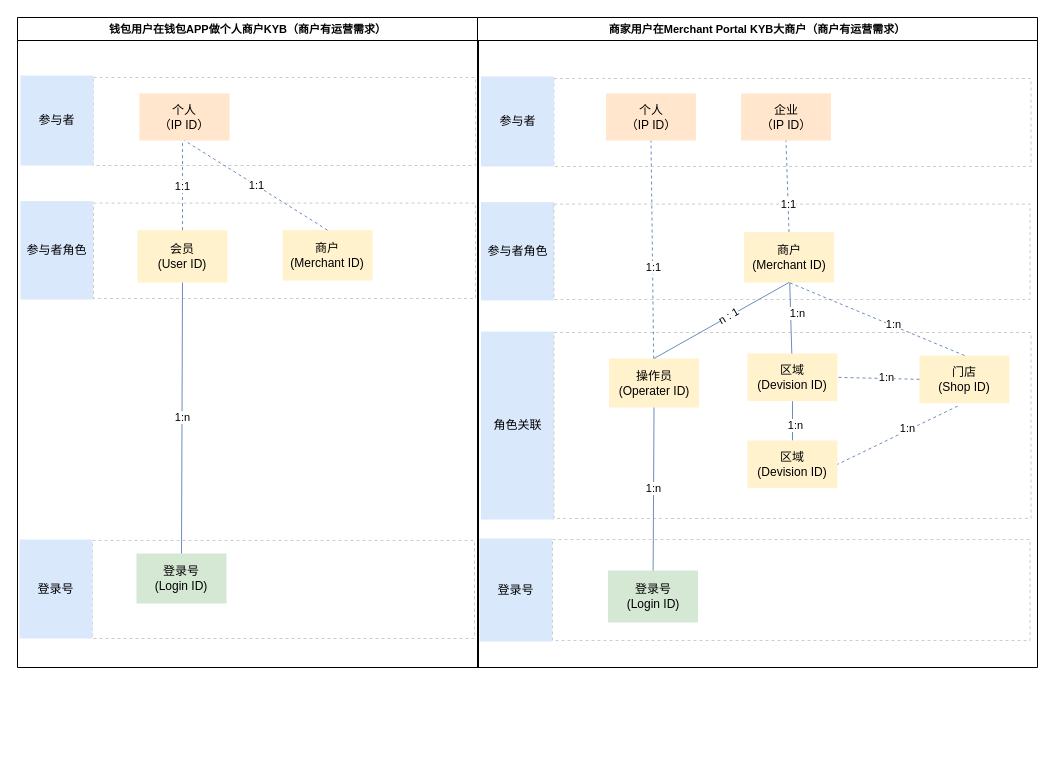
This is page "模型关系" (3 of 5) of Merchant portal.drawio from renqiuming/drawio, a draw.io file, before an edit. Source tidied: cells renumbered, new cells numbered last; positions are measured from the earlier drawing's top-left corner, leaving out a move shared by most shapes. Both pictures are drawn from the tidied source at 100%, with x=0, y=0 at pixel (17, 17).
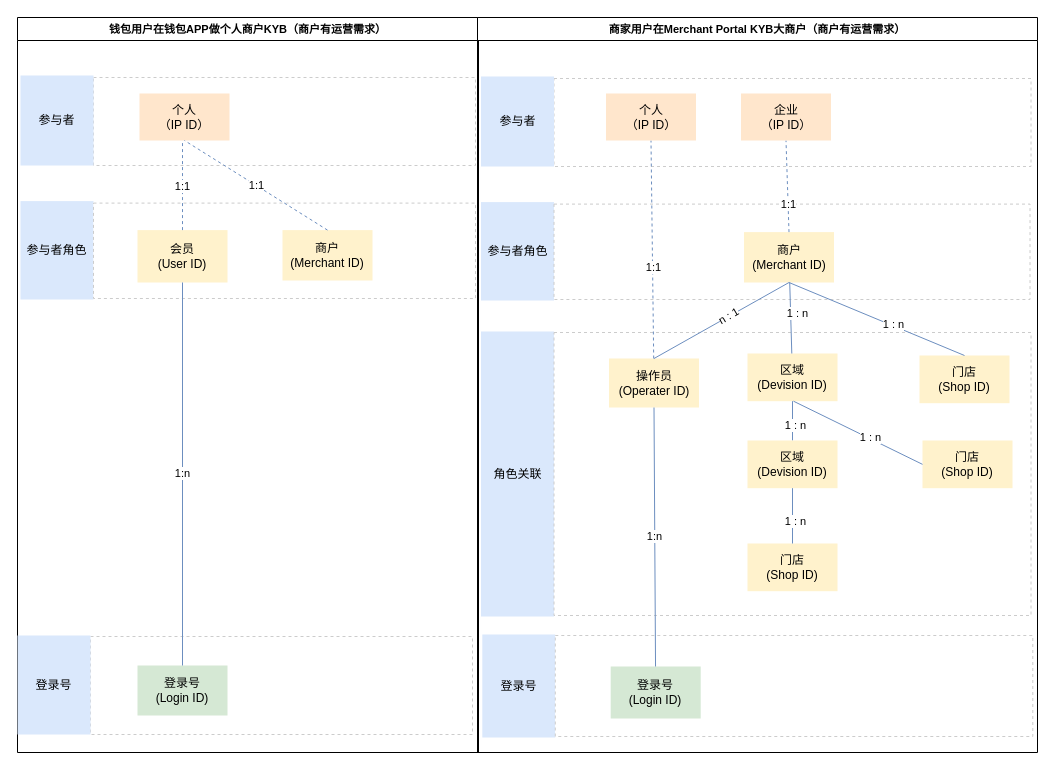
Above is the later version.

The change refers to these unchanged cells:
```xml
<mxCell id="20" value="商户&lt;br&gt;(Merchant ID)" style="rounded=0;whiteSpace=wrap;html=1;fillColor=#fff2cc;strokeColor=none;" parent="15" vertex="1">
  <mxGeometry x="266.5" y="214.6" width="90" height="50.4" as="geometry" />
</mxCell>
<mxCell id="25" value="区域&lt;br&gt;(Devision ID)" style="rounded=0;whiteSpace=wrap;html=1;fillColor=#fff2cc;strokeColor=none;" parent="15" vertex="1">
  <mxGeometry x="270" y="336" width="90" height="47.7" as="geometry" />
</mxCell>
<mxCell id="26" style="endArrow=none;html=1;fillColor=#dae8fc;strokeColor=#6c8ebf;rounded=0;" parent="15" edge="1" source="25" target="20">
  <mxGeometry relative="1" as="geometry" />
</mxCell>
<mxCell id="28" style="endArrow=none;html=1;exitX=0.5;exitY=0;exitDx=0;exitDy=0;entryX=0.5;entryY=1;entryDx=0;entryDy=0;fillColor=#dae8fc;strokeColor=#6c8ebf;rounded=0;" parent="15" edge="1" source="41" target="25">
  <mxGeometry relative="1" as="geometry" />
</mxCell>
<mxCell id="41" value="区域&lt;br&gt;(Devision ID)" style="rounded=0;whiteSpace=wrap;html=1;fillColor=#fff2cc;strokeColor=none;" parent="15" vertex="1">
  <mxGeometry x="270" y="423" width="90" height="47.7" as="geometry" />
</mxCell>
<mxCell id="42" value="门店&lt;br&gt;(Shop ID)" style="rounded=0;whiteSpace=wrap;html=1;fillColor=#fff2cc;strokeColor=none;" parent="15" vertex="1">
  <mxGeometry x="442" y="338" width="90" height="47.7" as="geometry" />
</mxCell>
```

What changed in the source:
```diff
@@
     <mxCell id="11" value="钱包用户在钱包APP做个人商户KYB（商户有运营需求）" style="swimlane;labelBackgroundColor=none;strokeColor=default;fontSize=11;fillColor=default;gradientColor=none;" parent="1" vertex="1">
-      <mxGeometry width="461" height="650" as="geometry" />
+      <mxGeometry width="461" height="735" as="geometry" />
     </mxCell>
     <mxCell id="12" style="rounded=0;whiteSpace=wrap;html=1;dashed=1;strokeColor=#CCCCCC;" parent="11" vertex="1">
-      <mxGeometry x="75" y="523" width="382" height="98" as="geometry" />
+      <mxGeometry x="73" y="619" width="382" height="98" as="geometry" />
     </mxCell>
     <mxCell id="13" value="登录号" style="rounded=0;whiteSpace=wrap;html=1;fillColor=#dae8fc;strokeColor=none;" parent="11" vertex="1">
-      <mxGeometry x="2" y="522" width="73" height="99" as="geometry" />
+      <mxGeometry y="618" width="73" height="99" as="geometry" />
     </mxCell>
     <mxCell id="14" value="登录号&lt;br&gt;(Login ID)" style="rounded=0;whiteSpace=wrap;html=1;fillColor=#d5e8d4;strokeColor=none;" parent="11" vertex="1">
-      <mxGeometry x="119" y="536" width="90" height="50" as="geometry" />
+      <mxGeometry x="120" y="648" width="90" height="50" as="geometry" />
     </mxCell>
     <mxCell id="15" value="商家用户在Merchant Portal KYB大商户（商户有运营需求）" style="swimlane;labelBackgroundColor=none;strokeColor=default;fontSize=11;fillColor=default;gradientColor=none;" parent="1" vertex="1">
-      <mxGeometry x="460" width="560" height="650" as="geometry" />
+      <mxGeometry x="460" width="560" height="735" as="geometry" />
     </mxCell>
@@
     <mxCell id="23" value="角色关联" style="rounded=0;whiteSpace=wrap;html=1;fillColor=#dae8fc;strokeColor=none;" parent="15" vertex="1">
-      <mxGeometry x="3.5" y="314" width="73" height="188" as="geometry" />
+      <mxGeometry x="3.5" y="314" width="73" height="285" as="geometry" />
     </mxCell>
     <mxCell id="24" style="rounded=0;whiteSpace=wrap;html=1;dashed=1;strokeColor=#CCCCCC;" parent="15" vertex="1">
-      <mxGeometry x="76.5" y="315" width="477" height="186" as="geometry" />
+      <mxGeometry x="76.5" y="315" width="477" height="283" as="geometry" />
     </mxCell>
@@
-    <mxCell id="27" value="1:n" style="edgeLabel;html=1;align=center;verticalAlign=middle;" parent="26" vertex="1">
+    <mxCell id="27" value="1 : n" style="edgeLabel;html=1;align=center;verticalAlign=middle;" parent="26" vertex="1">
       <mxGeometry x="0.39" y="-1" relative="1" as="geometry">
         <mxPoint x="6" y="9" as="offset" />
       </mxGeometry>
     </mxCell>
@@
-    <mxCell id="29" value="1:n" style="edgeLabel;html=1;align=center;verticalAlign=middle;" parent="28" vertex="1">
+    <mxCell id="29" value="1 : n" style="edgeLabel;html=1;align=center;verticalAlign=middle;" parent="28" vertex="1">
       <mxGeometry x="-0.18" y="-2" relative="1" as="geometry" />
     </mxCell>
@@
     <mxCell id="35" value="登录号" style="rounded=0;whiteSpace=wrap;html=1;fillColor=#dae8fc;strokeColor=none;" parent="15" vertex="1">
-      <mxGeometry x="2" y="521" width="73" height="103" as="geometry" />
+      <mxGeometry x="4.8" y="617" width="73" height="103" as="geometry" />
     </mxCell>
     <mxCell id="36" style="rounded=0;whiteSpace=wrap;html=1;dashed=1;strokeColor=#CCCCCC;" parent="15" vertex="1">
-      <mxGeometry x="75" y="522" width="477.5" height="101" as="geometry" />
+      <mxGeometry x="77.8" y="618" width="477.5" height="101" as="geometry" />
     </mxCell>
     <mxCell id="37" value="登录号&lt;br&gt;(Login ID)" style="rounded=0;whiteSpace=wrap;html=1;fillColor=#d5e8d4;strokeColor=none;" parent="15" vertex="1">
-      <mxGeometry x="130.5" y="553" width="90" height="52" as="geometry" />
+      <mxGeometry x="133.2" y="649" width="90" height="52" as="geometry" />
     </mxCell>
@@
-    <mxCell id="43" style="endArrow=none;html=1;entryX=1;entryY=0.5;entryDx=0;entryDy=0;fillColor=#dae8fc;strokeColor=#6c8ebf;rounded=0;exitX=0;exitY=0.5;exitDx=0;exitDy=0;dashed=1;" parent="15" edge="1" source="42" target="25">
-      <mxGeometry relative="1" as="geometry" />
-    </mxCell>
-    <mxCell id="44" value="1:n" style="edgeLabel;html=1;align=center;verticalAlign=middle;" parent="43" vertex="1">
-      <mxGeometry x="-0.18" y="-2" relative="1" as="geometry" />
-    </mxCell>
-    <mxCell id="45" style="endArrow=none;html=1;entryX=1;entryY=0.5;entryDx=0;entryDy=0;fillColor=#dae8fc;strokeColor=#6c8ebf;rounded=0;exitX=0.424;exitY=1.061;exitDx=0;exitDy=0;exitPerimeter=0;dashed=1;" parent="15" edge="1" source="42" target="41">
-      <mxGeometry relative="1" as="geometry" />
-    </mxCell>
-    <mxCell id="46" value="1:n" style="edgeLabel;html=1;align=center;verticalAlign=middle;" parent="45" vertex="1">
-      <mxGeometry x="-0.18" y="-2" relative="1" as="geometry" />
-    </mxCell>
-    <mxCell id="47" style="endArrow=none;html=1;entryX=0.5;entryY=1;entryDx=0;entryDy=0;fillColor=#dae8fc;strokeColor=#6c8ebf;rounded=0;exitX=0.5;exitY=0;exitDx=0;exitDy=0;dashed=1;" parent="15" edge="1" source="42" target="20">
+    <mxCell id="47" style="endArrow=none;html=1;entryX=0.5;entryY=1;entryDx=0;entryDy=0;fillColor=#dae8fc;strokeColor=#6c8ebf;rounded=0;exitX=0.5;exitY=0;exitDx=0;exitDy=0;" parent="15" edge="1" source="42" target="20">
       <mxGeometry relative="1" as="geometry" />
     </mxCell>
-    <mxCell id="48" value="1:n" style="edgeLabel;html=1;align=center;verticalAlign=middle;" parent="47" vertex="1">
+    <mxCell id="48" value="1 : n" style="edgeLabel;html=1;align=center;verticalAlign=middle;" parent="47" vertex="1">
       <mxGeometry x="-0.18" y="-2" relative="1" as="geometry" />
     </mxCell>
+    <mxCell id="50" value="门店&lt;br&gt;(Shop ID)" style="rounded=0;whiteSpace=wrap;html=1;fillColor=#fff2cc;strokeColor=none;" parent="15" vertex="1">
+      <mxGeometry x="270" y="526" width="90" height="47.7" as="geometry" />
+    </mxCell>
+    <mxCell id="51" value="门店&lt;br&gt;(Shop ID)" style="rounded=0;whiteSpace=wrap;html=1;fillColor=#fff2cc;strokeColor=none;" parent="15" vertex="1">
+      <mxGeometry x="445" y="423" width="90" height="47.7" as="geometry" />
+    </mxCell>
+    <mxCell id="52" style="endArrow=none;html=1;entryX=0.5;entryY=1;entryDx=0;entryDy=0;fillColor=#dae8fc;strokeColor=#6c8ebf;rounded=0;exitX=0;exitY=0.5;exitDx=0;exitDy=0;" parent="15" edge="1" source="51">
+      <mxGeometry relative="1" as="geometry">
+        <mxPoint x="316" y="383.7" as="targetPoint" />
+      </mxGeometry>
+    </mxCell>
+    <mxCell id="53" value="1 : n" style="edgeLabel;html=1;align=center;verticalAlign=middle;" parent="52" vertex="1">
+      <mxGeometry x="-0.18" y="-2" relative="1" as="geometry" />
+    </mxCell>
+    <mxCell id="54" style="endArrow=none;html=1;exitX=0.5;exitY=0;exitDx=0;exitDy=0;entryX=0.5;entryY=1;entryDx=0;entryDy=0;fillColor=#dae8fc;strokeColor=#6c8ebf;rounded=0;" parent="15" edge="1" source="50" target="41">
+      <mxGeometry relative="1" as="geometry" />
+    </mxCell>
+    <mxCell id="55" value="1 : n" style="edgeLabel;html=1;align=center;verticalAlign=middle;" parent="54" vertex="1">
+      <mxGeometry x="-0.18" y="-2" relative="1" as="geometry" />
+    </mxCell>
```
